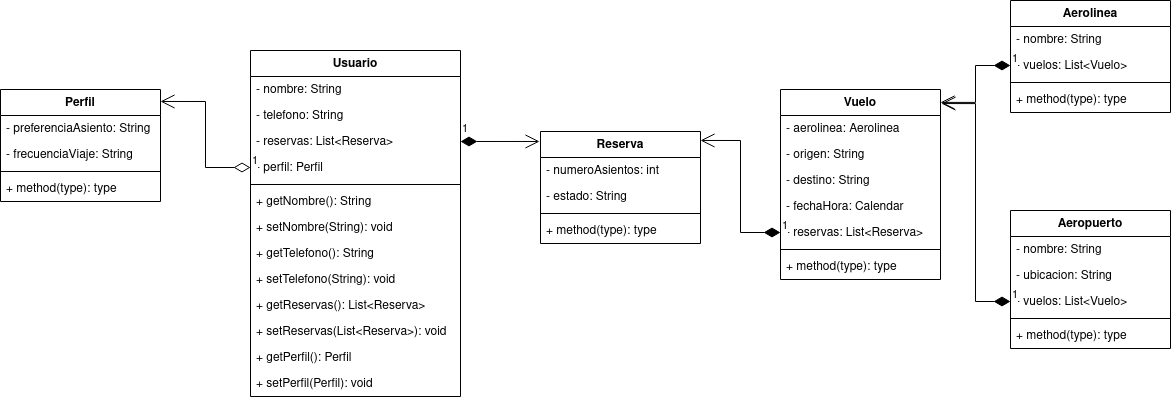
Above: ejercicio2/diagram/ejercicio2-maxi.png in mackstm/examen-ets (draw.io), before the change. Source tidied: cells renumbered, new cells last; positions are measured from the earlier drawing's top-left corner, leaving out a move shared by most shapes.
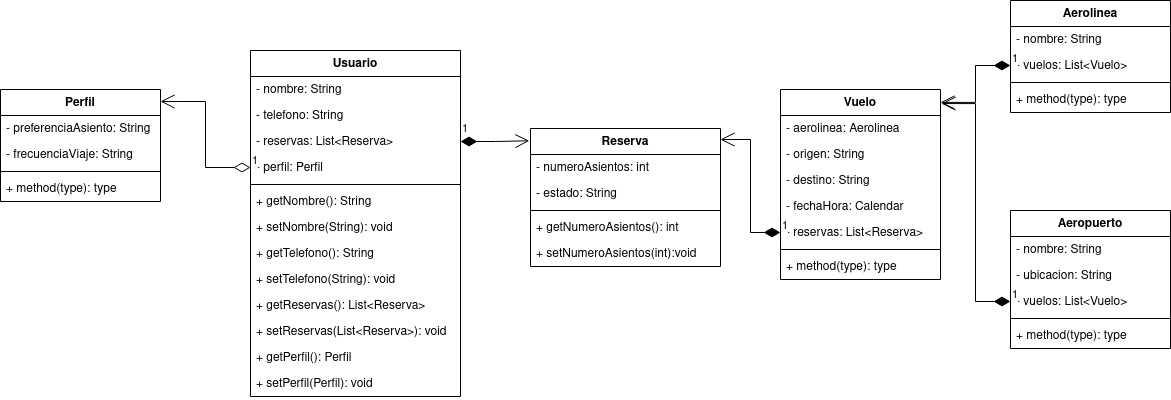
Later version of the same file.

What changed in the source:
```diff
@@ -45,20 +45,23 @@
       <mxGeometry y="320" width="210" height="26" as="geometry" />
     </mxCell>
     <mxCell id="16" value="Reserva" style="swimlane;fontStyle=1;align=center;verticalAlign=top;horizontal=1;startSize=26;whiteSpace=wrap;html=1;" parent="1" vertex="1">
-      <mxGeometry x="540" y="131" width="160" height="112" as="geometry" />
+      <mxGeometry x="530" y="128" width="190" height="138" as="geometry" />
     </mxCell>
     <mxCell id="17" value="- numeroAsientos: int" style="text;strokeColor=none;fillColor=none;align=left;verticalAlign=top;spacingLeft=4;spacingRight=4;overflow=hidden;whiteSpace=wrap;html=1;" parent="16" vertex="1">
-      <mxGeometry y="26" width="160" height="26" as="geometry" />
+      <mxGeometry y="26" width="190" height="26" as="geometry" />
     </mxCell>
     <mxCell id="18" value="- estado: String" style="text;strokeColor=none;fillColor=none;align=left;verticalAlign=top;spacingLeft=4;spacingRight=4;overflow=hidden;whiteSpace=wrap;html=1;" parent="16" vertex="1">
-      <mxGeometry y="52" width="160" height="26" as="geometry" />
+      <mxGeometry y="52" width="190" height="26" as="geometry" />
     </mxCell>
     <mxCell id="19" style="line;strokeWidth=1;fillColor=none;align=left;verticalAlign=middle;spacingTop=-1;spacingLeft=3;spacingRight=3;labelPosition=right;strokeColor=inherit;" parent="16" vertex="1">
-      <mxGeometry y="78" width="160" height="8" as="geometry" />
+      <mxGeometry y="78" width="190" height="8" as="geometry" />
     </mxCell>
-    <mxCell id="20" value="+ method(type): type" style="text;strokeColor=none;fillColor=none;align=left;verticalAlign=top;spacingLeft=4;spacingRight=4;overflow=hidden;whiteSpace=wrap;html=1;" parent="16" vertex="1">
-      <mxGeometry y="86" width="160" height="26" as="geometry" />
+    <mxCell id="20" value="+ getNumeroAsientos(): int" style="text;strokeColor=none;fillColor=none;align=left;verticalAlign=top;spacingLeft=4;spacingRight=4;overflow=hidden;whiteSpace=wrap;html=1;" parent="16" vertex="1">
+      <mxGeometry y="86" width="190" height="26" as="geometry" />
     </mxCell>
+    <mxCell id="50" value="+ setNumeroAsientos(int):void" style="text;strokeColor=none;fillColor=none;align=left;verticalAlign=top;spacingLeft=4;spacingRight=4;overflow=hidden;whiteSpace=wrap;html=1;" parent="16" vertex="1">
+      <mxGeometry y="112" width="190" height="26" as="geometry" />
+    </mxCell>
     <mxCell id="21" value="Vuelo" style="swimlane;fontStyle=1;align=center;verticalAlign=top;horizontal=1;startSize=26;whiteSpace=wrap;html=1;" parent="1" vertex="1">
       <mxGeometry x="780" y="89" width="160" height="190" as="geometry" />
     </mxCell>
```
